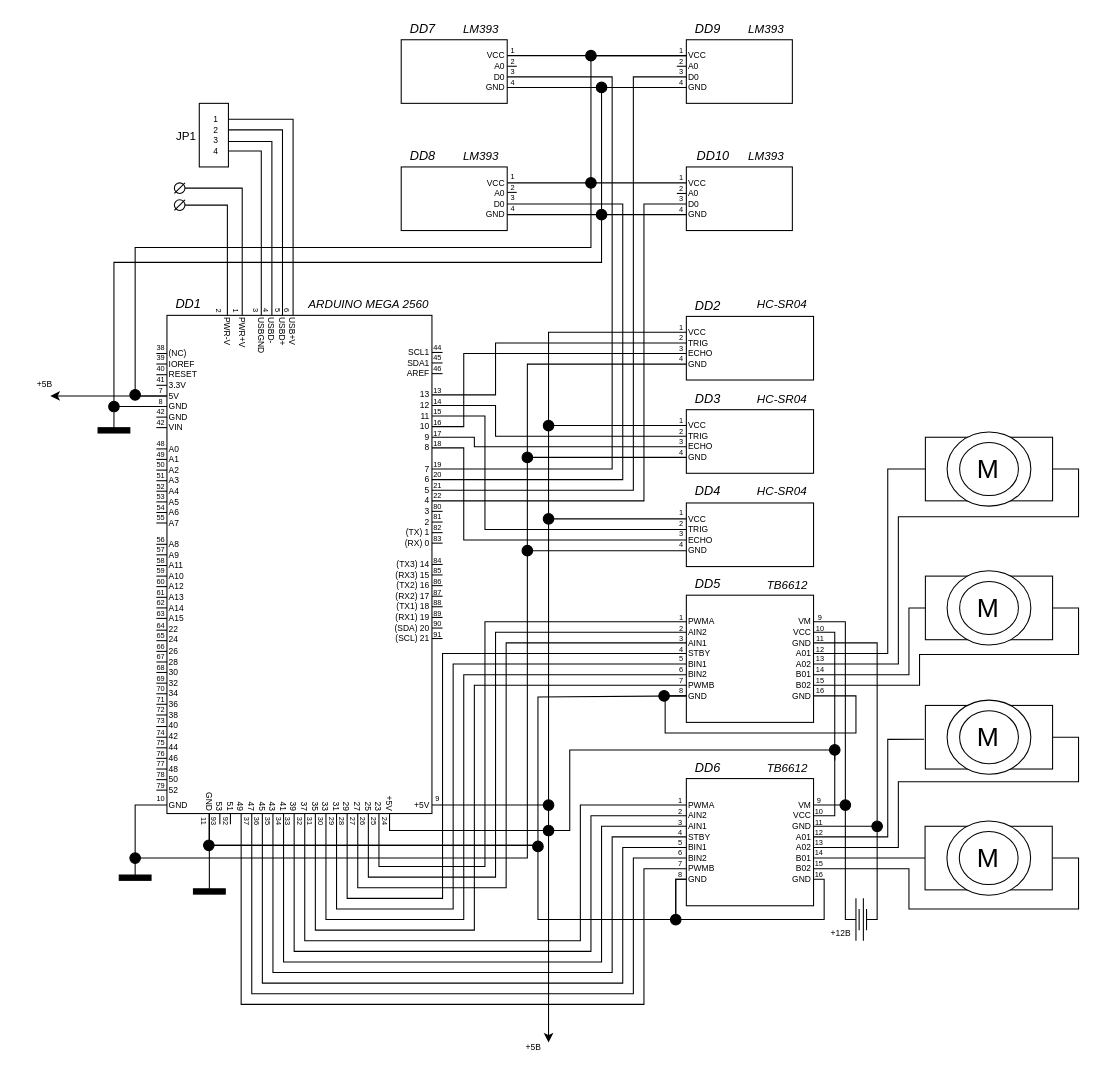
AlexRussellGit/VKR---Russell-Alexander keeps this draw.io diagram as Наработки/Принципиальная схема.drawio. Above is the earlier version. Source tidied: cells renumbered, new cells numbered last; positions are measured from the earlier drawing's top-left corner, leaving out a move shared by most shapes. Both pictures are drawn from the tidied source at 106%, with x=0, y=0 at pixel (18, 18).
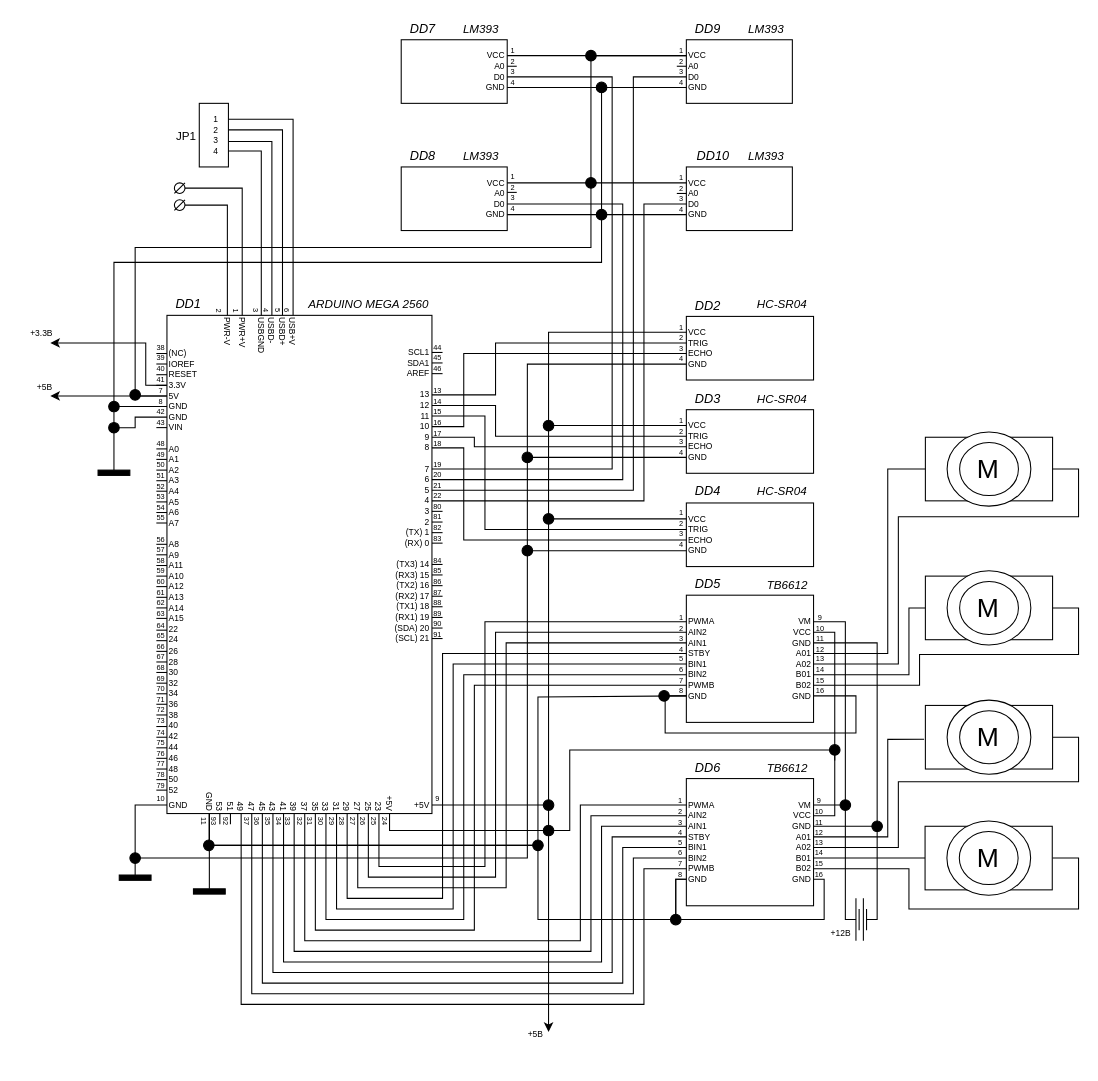
The same diagram, later.

Unchanged cells that the change refers to:
```xml
<mxCell id="119" value="GND" style="text;html=1;strokeColor=none;fillColor=none;align=left;verticalAlign=middle;whiteSpace=wrap;rounded=0;rotation=0;fontSize=8;" parent="1" vertex="1">
  <mxGeometry x="140" y="371" width="50" height="10" as="geometry" />
</mxCell>
<mxCell id="382" value="41" style="text;html=1;align=center;verticalAlign=middle;points=[];strokeColor=none;fillColor=none;fontSize=7;rotation=0;" parent="1" vertex="1">
  <mxGeometry x="124" y="336" width="20" height="10" as="geometry" />
</mxCell>
<mxCell id="498" style="ellipse;whiteSpace=wrap;html=1;fillColor=#000000;" parent="1" vertex="1">
  <mxGeometry x="85" y="361" width="10" height="10" as="geometry" />
</mxCell>
```

Change to the diagram source:
```diff
@@
-    <mxCell id="125" style="endArrow=none;html=1;rounded=0;fontSize=8;entryX=1;entryY=0.5;entryDx=0;entryDy=0;align=left;" parent="1" edge="1">
-      <mxGeometry relative="1" as="geometry">
-        <mxPoint x="140" y="376" as="sourcePoint" />
-        <mxPoint x="130" y="376" as="targetPoint" />
-      </mxGeometry>
-    </mxCell>
@@
     <mxCell id="285" style="ellipse;whiteSpace=wrap;html=1;fillColor=#000000;" parent="1" vertex="1">
-      <mxGeometry x="485" y="776" width="10" height="10" as="geometry" />
+      <mxGeometry x="485" y="775" width="10" height="10" as="geometry" />
     </mxCell>
@@
-    <mxCell id="384" value="42" style="text;html=1;align=center;verticalAlign=middle;strokeColor=none;fillColor=none;fontSize=7;rotation=0;" parent="1" vertex="1">
+    <mxCell id="384" value="43" style="text;html=1;align=center;verticalAlign=middle;strokeColor=none;fillColor=none;fontSize=7;rotation=0;" parent="1" vertex="1">
       <mxGeometry x="124" y="377" width="20" height="10" as="geometry" />
     </mxCell>
@@
-    <mxCell id="499" style="endArrow=none;html=1;rounded=0;fontSize=11;strokeColor=#000000;entryX=0.5;entryY=1;entryDx=0;entryDy=0;" parent="1" edge="1" target="498">
-      <mxGeometry relative="1" as="geometry">
-        <mxPoint x="90" y="386" as="sourcePoint" />
-      </mxGeometry>
+    <mxCell id="499" style="endArrow=none;html=1;rounded=0;fontSize=11;strokeColor=#000000;entryX=0.5;entryY=1;entryDx=0;entryDy=0;exitX=0.5;exitY=0;exitDx=0;exitDy=0;" parent="1" edge="1" source="500" target="498">
+      <mxGeometry relative="1" as="geometry" />
     </mxCell>
     <mxCell id="500" style="rounded=0;whiteSpace=wrap;html=1;fontSize=11;strokeWidth=1;fillColor=#000000;" parent="1" vertex="1">
-      <mxGeometry x="75" y="386" width="30" height="5" as="geometry" />
+      <mxGeometry x="75" y="426" width="30" height="5" as="geometry" />
     </mxCell>
@@
     <mxCell id="507" style="endArrow=classic;html=1;rounded=0;fontSize=11;strokeColor=#000000;" parent="1" edge="1">
       <mxGeometry relative="1" as="geometry">
         <mxPoint x="500" y="736" as="sourcePoint" />
-        <mxPoint x="500" y="966" as="targetPoint" />
+        <mxPoint x="500" y="956" as="targetPoint" />
       </mxGeometry>
     </mxCell>
@@
     <mxCell id="509" value="+5В" style="text;html=1;strokeColor=none;fillColor=none;align=center;verticalAlign=middle;whiteSpace=wrap;rounded=0;fontSize=8;fontColor=none;" parent="1" vertex="1">
-      <mxGeometry x="456" y="956" width="60" height="30" as="geometry" />
+      <mxGeometry x="471" y="948" width="34" height="20" as="geometry" />
     </mxCell>
@@
     <mxCell id="511" value="+5В" style="text;html=1;strokeColor=none;fillColor=none;align=center;verticalAlign=middle;whiteSpace=wrap;rounded=0;fontSize=8;fontColor=none;" parent="1" vertex="1">
-      <mxGeometry y="330" width="50" height="29" as="geometry" />
+      <mxGeometry x="10" y="340" width="30" height="15" as="geometry" />
     </mxCell>
@@
+    <mxCell id="514" style="endArrow=none;html=1;rounded=0;fontSize=11;strokeColor=#000000;entryX=0;entryY=0.5;entryDx=0;entryDy=0;" parent="1" edge="1" target="119">
+      <mxGeometry relative="1" as="geometry">
+        <mxPoint x="90" y="386" as="sourcePoint" />
+        <Array as="points">
+          <mxPoint x="110" y="386" />
+          <mxPoint x="110" y="376" />
+        </Array>
+      </mxGeometry>
+    </mxCell>
+    <mxCell id="515" style="ellipse;whiteSpace=wrap;html=1;fillColor=#000000;" parent="1" vertex="1">
+      <mxGeometry x="85" y="381" width="10" height="10" as="geometry" />
+    </mxCell>
+    <mxCell id="516" style="endArrow=classic;html=1;rounded=0;fontSize=11;strokeColor=#000000;exitX=0.783;exitY=1.008;exitDx=0;exitDy=0;exitPerimeter=0;" parent="1" edge="1" source="382">
+      <mxGeometry relative="1" as="geometry">
+        <mxPoint x="30" y="306" as="targetPoint" />
+        <Array as="points">
+          <mxPoint x="120" y="346" />
+          <mxPoint x="120" y="306" />
+        </Array>
+      </mxGeometry>
+    </mxCell>
+    <mxCell id="517" value="+3.3В" style="text;html=1;strokeColor=none;fillColor=none;align=center;verticalAlign=middle;whiteSpace=wrap;rounded=0;fontSize=8;fontColor=none;" parent="1" vertex="1">
+      <mxGeometry x="7" y="289.5" width="30" height="15" as="geometry" />
+    </mxCell>
```
